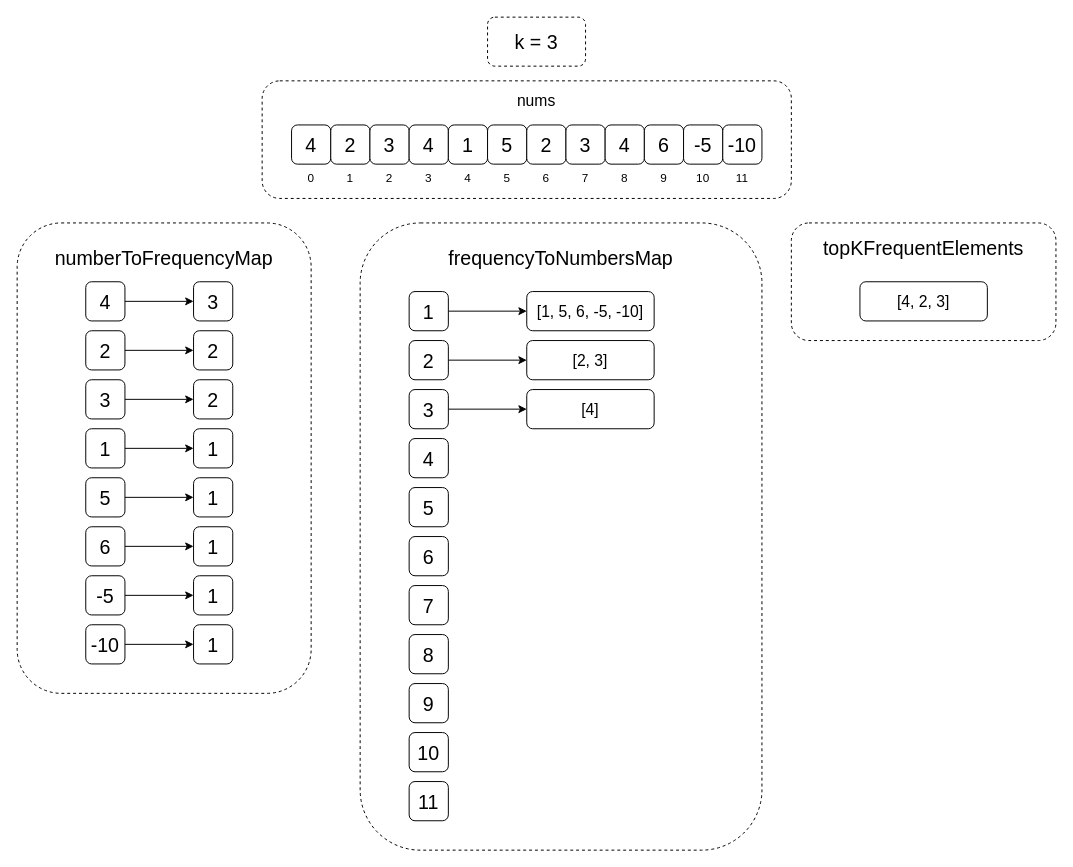
Earlier version of the draw.io diagram 03_neetcode_150/01_python/01_arrays_and_hashing/05_top_k_frequent_elements/drawings/top_k_frequent_elements.drawio (PavleSarenac/neetcode). Source tidied: cells renumbered, new cells numbered last; positions are measured from the earlier drawing's top-left corner, leaving out a move shared by most shapes. Both pictures are drawn from the tidied source at 98%, with x=0, y=0 at pixel (17, 17).
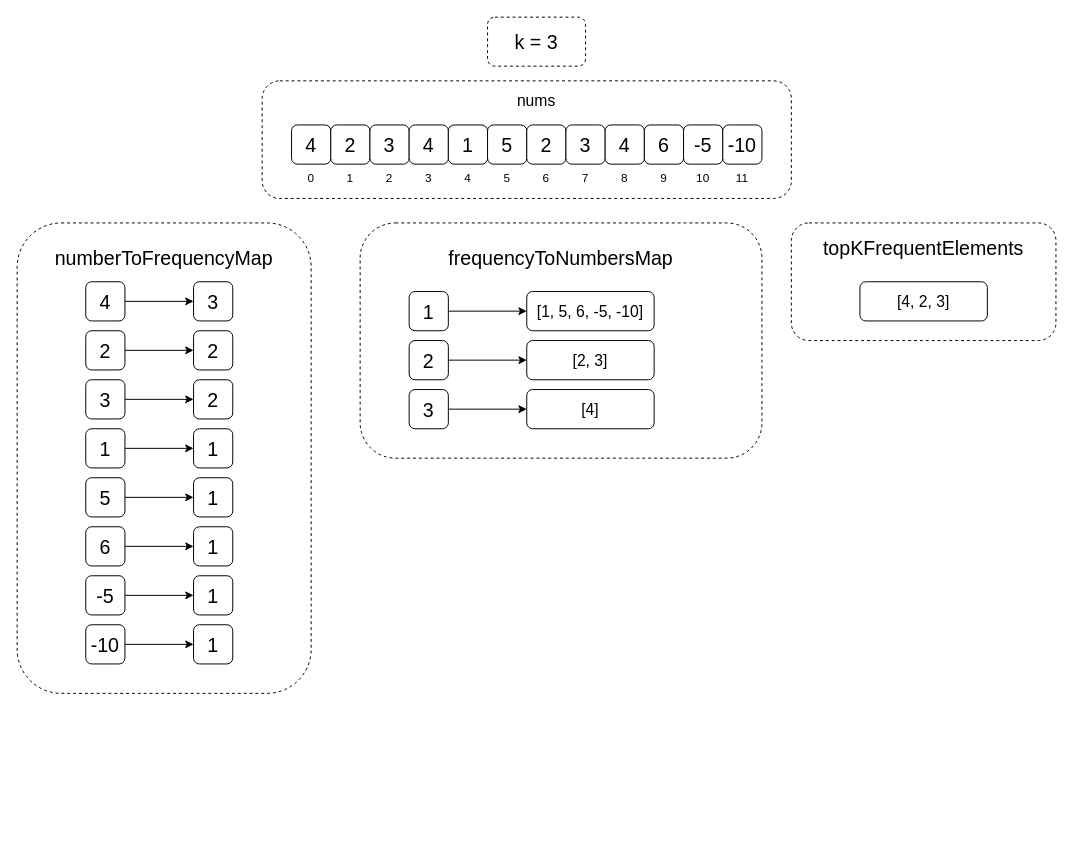
The same page after the edit.

Commit message (it also covers changes not shown here):
fix: fixed incorrect drawing

The edit, as a diff of the source:
```diff
@@
     <mxCell id="5" style="rounded=1;whiteSpace=wrap;html=1;roundedPerimeter=1;dashed=1;" parent="1" vertex="1">
-      <mxGeometry x="350" y="210" width="410" height="640" as="geometry" />
+      <mxGeometry x="350" y="210" width="410" height="240" as="geometry" />
     </mxCell>
@@
-    <mxCell id="38" value="&lt;font style=&quot;font-size: 20px;&quot;&gt;4&lt;/font&gt;" style="whiteSpace=wrap;html=1;rounded=1;roundedPerimeter=1;fontColor=light-dark(#000000,#FFFFFF);" parent="1" vertex="1">
-      <mxGeometry x="400" y="430" width="40" height="40" as="geometry" />
-    </mxCell>
-    <mxCell id="39" value="&lt;font style=&quot;font-size: 20px;&quot;&gt;5&lt;/font&gt;" style="whiteSpace=wrap;html=1;rounded=1;roundedPerimeter=1;fontColor=light-dark(#000000,#FFFFFF);" parent="1" vertex="1">
-      <mxGeometry x="400" y="480" width="40" height="40" as="geometry" />
-    </mxCell>
-    <mxCell id="40" value="&lt;font style=&quot;font-size: 20px;&quot;&gt;6&lt;/font&gt;" style="whiteSpace=wrap;html=1;rounded=1;roundedPerimeter=1;fontColor=light-dark(#000000,#FFFFFF);" parent="1" vertex="1">
-      <mxGeometry x="400" y="530" width="40" height="40" as="geometry" />
-    </mxCell>
-    <mxCell id="41" value="&lt;font style=&quot;font-size: 20px;&quot;&gt;7&lt;/font&gt;" style="whiteSpace=wrap;html=1;rounded=1;roundedPerimeter=1;fontColor=light-dark(#000000,#FFFFFF);" parent="1" vertex="1">
-      <mxGeometry x="400" y="580" width="40" height="40" as="geometry" />
-    </mxCell>
-    <mxCell id="42" value="&lt;font style=&quot;font-size: 20px;&quot;&gt;8&lt;/font&gt;" style="whiteSpace=wrap;html=1;rounded=1;roundedPerimeter=1;fontColor=light-dark(#000000,#FFFFFF);" parent="1" vertex="1">
-      <mxGeometry x="400" y="630" width="40" height="40" as="geometry" />
-    </mxCell>
-    <mxCell id="43" value="&lt;font style=&quot;font-size: 20px;&quot;&gt;9&lt;/font&gt;" style="whiteSpace=wrap;html=1;rounded=1;roundedPerimeter=1;fontColor=light-dark(#000000,#FFFFFF);" parent="1" vertex="1">
-      <mxGeometry x="400" y="680" width="40" height="40" as="geometry" />
-    </mxCell>
-    <mxCell id="44" value="&lt;font style=&quot;font-size: 20px;&quot;&gt;10&lt;/font&gt;" style="whiteSpace=wrap;html=1;rounded=1;roundedPerimeter=1;fontColor=light-dark(#000000,#FFFFFF);" parent="1" vertex="1">
-      <mxGeometry x="400" y="730" width="40" height="40" as="geometry" />
-    </mxCell>
-    <mxCell id="45" value="&lt;font style=&quot;font-size: 20px;&quot;&gt;11&lt;/font&gt;" style="whiteSpace=wrap;html=1;rounded=1;roundedPerimeter=1;fontColor=light-dark(#000000,#FFFFFF);" parent="1" vertex="1">
-      <mxGeometry x="400" y="780" width="40" height="40" as="geometry" />
-    </mxCell>
```
